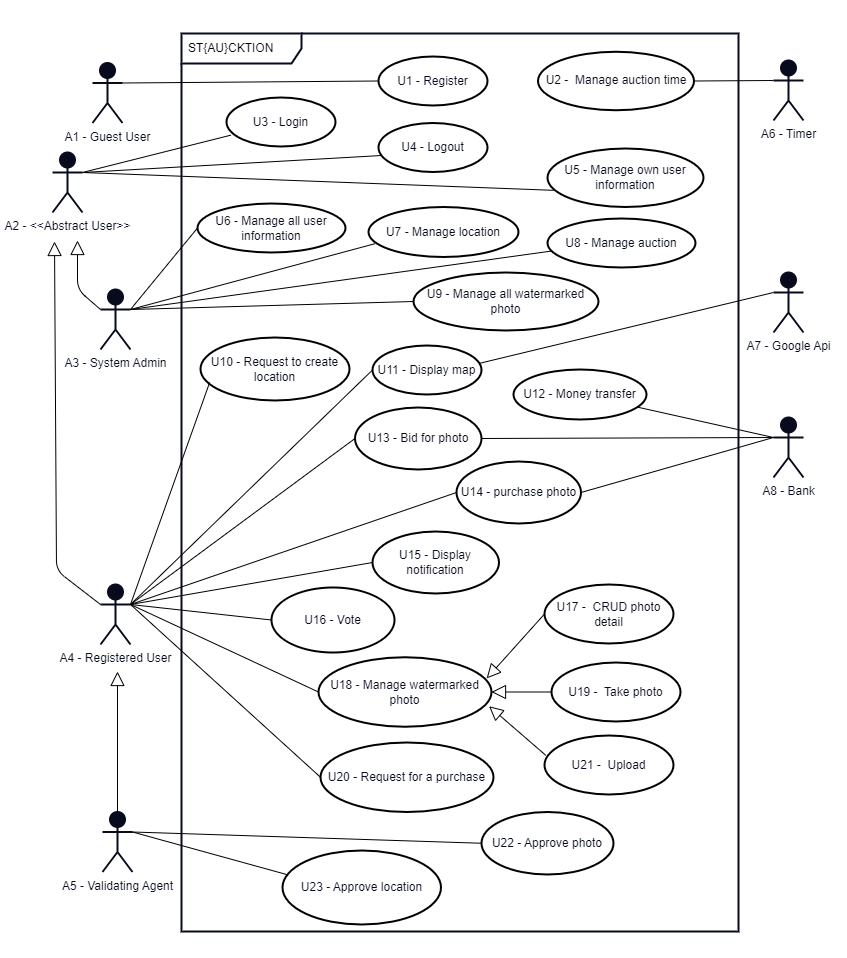
Earlier version of the draw.io export diagrams/use-case-diagram/use-case-diagram.png (staucktion/docs). Source tidied: cells renumbered, new cells last; positions are measured from the earlier drawing's top-left corner, leaving out a move shared by most shapes.
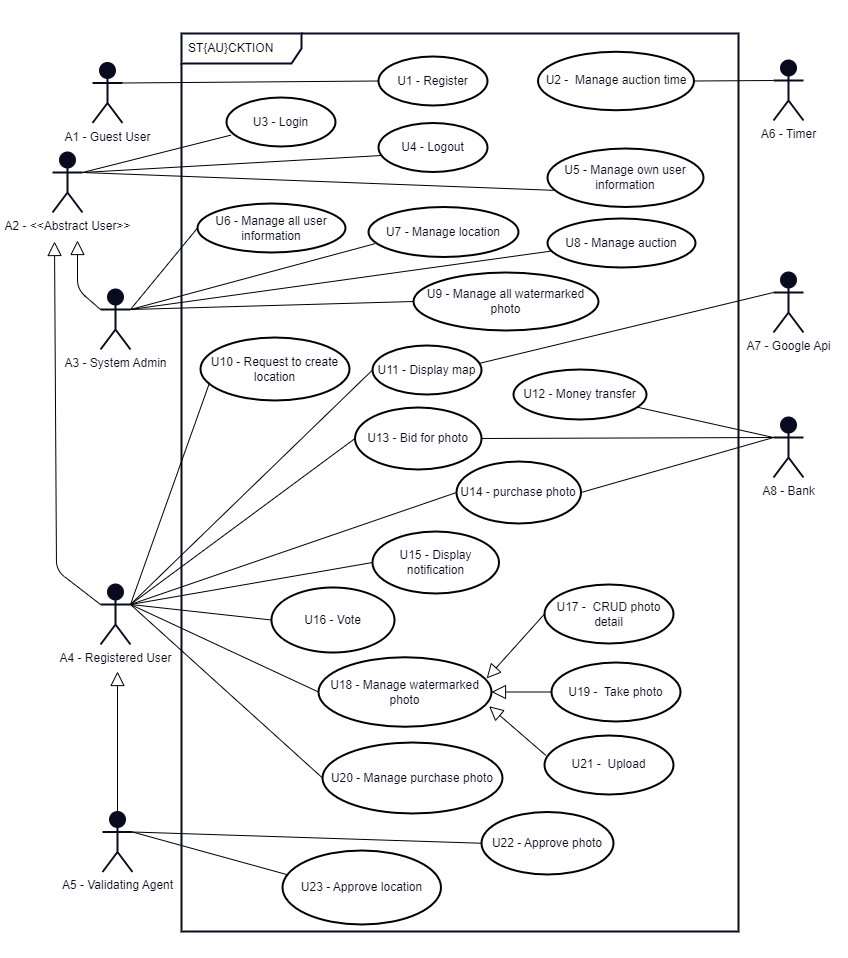
The same diagram one commit later.

Commit message:
update use case diagram

Diff of the diagram source:
```diff
@@ -179,8 +179,8 @@
     <mxCell id="56" style="endArrow=none;html=1;strokeColor=#000000;exitX=0;exitY=0.5;exitDx=0;exitDy=0;entryX=1;entryY=0.3333333333333333;entryDx=0;entryDy=0;entryPerimeter=0;" parent="1" edge="1" source="57" target="37">
       <mxGeometry relative="1" as="geometry" />
     </mxCell>
-    <mxCell id="57" value="U20 - Request for a purchase" style="ellipse;whiteSpace=wrap;html=1;strokeColor=#000000;strokeWidth=2;fontColor=#070B1D;fillColor=none;gradientColor=none;" parent="1" vertex="1">
-      <mxGeometry x="319" y="741" width="173" height="69.5" as="geometry" />
+    <mxCell id="57" value="U20 - Manage purchase photo" style="ellipse;whiteSpace=wrap;html=1;strokeColor=#000000;strokeWidth=2;fontColor=#070B1D;fillColor=none;gradientColor=none;" parent="1" vertex="1">
+      <mxGeometry x="321" y="741" width="180" height="71" as="geometry" />
     </mxCell>
     <mxCell id="58" value="U19 -&amp;nbsp; Take photo" style="ellipse;whiteSpace=wrap;html=1;strokeColor=#000000;strokeWidth=2;fontColor=#070B1D;fillColor=none;gradientColor=none;" parent="1" vertex="1">
       <mxGeometry x="550" y="661" width="129" height="59" as="geometry" />
```
